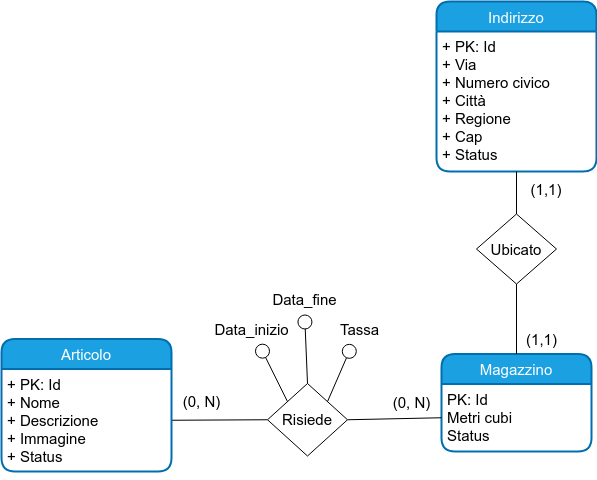
EndriDomiUni/E-commerce keeps this draw.io diagram as doc/magazzino_articolo.drawio/magazzino_articolo.png. Above is the earlier version. Source tidied: cells renumbered, new cells last; positions are measured from the earlier drawing's top-left corner, leaving out a move shared by most shapes.
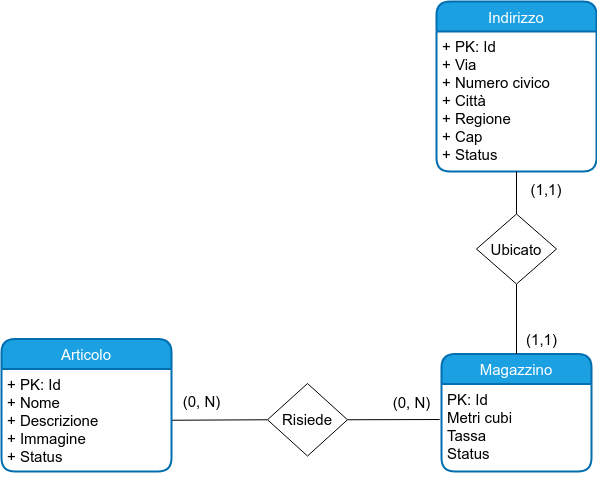
The same file after the commit.

The edit, as a diff of the source:
```diff
@@ -3,12 +3,12 @@
     <mxCell id="0" />
     <mxCell id="1" parent="0" />
     <mxCell id="2" value="Magazzino" style="swimlane;horizontal=1;startSize=30;rounded=1;fontSize=15;fontStyle=0;strokeWidth=2;shadow=0;dashed=0;align=center;fillColor=#1ba1e2;fontColor=#ffffff;strokeColor=#006EAF;" parent="1" vertex="1">
-      <mxGeometry x="440" y="352.5" width="150" height="97.5" as="geometry" />
+      <mxGeometry x="440" y="352.5" width="150" height="117.5" as="geometry" />
     </mxCell>
-    <mxCell id="3" value="PK: Id&#10;Metri cubi&#10;Status" style="align=left;strokeColor=none;fillColor=none;spacingLeft=4;fontSize=15;verticalAlign=top;" parent="2" vertex="1">
-      <mxGeometry y="30" width="150" height="67.5" as="geometry" />
+    <mxCell id="3" value="PK: Id&#10;Metri cubi&#10;Tassa&#10;Status" style="align=left;strokeColor=none;fillColor=none;spacingLeft=4;fontSize=15;verticalAlign=top;" parent="2" vertex="1">
+      <mxGeometry y="30" width="150" height="87.5" as="geometry" />
     </mxCell>
-    <mxCell id="4" style="edgeStyle=none;html=1;exitX=1;exitY=0.5;exitDx=0;exitDy=0;entryX=0;entryY=0.5;entryDx=0;entryDy=0;startArrow=none;startFill=0;endArrow=none;endFill=0;fontSize=15;" parent="1" edge="1" source="6" target="3">
+    <mxCell id="4" style="edgeStyle=none;html=1;exitX=1;exitY=0.5;exitDx=0;exitDy=0;entryX=-0.012;entryY=0.406;entryDx=0;entryDy=0;startArrow=none;startFill=0;endArrow=none;endFill=0;fontSize=15;entryPerimeter=0;" parent="1" edge="1" source="6" target="3">
       <mxGeometry relative="1" as="geometry" />
     </mxCell>
     <mxCell id="5" style="edgeStyle=none;html=1;exitX=0;exitY=0.5;exitDx=0;exitDy=0;endArrow=none;endFill=0;entryX=1;entryY=0.5;entryDx=0;entryDy=0;fontSize=15;" parent="1" edge="1" source="6" target="18">
@@ -23,24 +23,6 @@
     <mxCell id="8" value="(0, N)" style="text;html=1;align=center;verticalAlign=middle;strokeColor=none;fillColor=none;fontSize=15;" parent="1" vertex="1">
       <mxGeometry x="170" y="385" width="60" height="30" as="geometry" />
     </mxCell>
-    <mxCell id="9" style="edgeStyle=none;html=1;endArrow=circle;endFill=0;exitX=0.5;exitY=0;exitDx=0;exitDy=0;fontSize=15;" parent="1" edge="1" source="6" target="12">
-      <mxGeometry relative="1" as="geometry" />
-    </mxCell>
-    <mxCell id="10" style="edgeStyle=none;html=1;endArrow=circle;endFill=0;exitX=0;exitY=0;exitDx=0;exitDy=0;fontSize=15;" parent="1" edge="1" source="6" target="11">
-      <mxGeometry relative="1" as="geometry" />
-    </mxCell>
-    <mxCell id="11" value="Data_inizio" style="text;html=1;align=center;verticalAlign=middle;points=[];strokeColor=none;fillColor=none;fontSize=15;" parent="1" vertex="1">
-      <mxGeometry x="200" y="312.5" width="100" height="30" as="geometry" />
-    </mxCell>
-    <mxCell id="12" value="Data_fine" style="text;html=1;align=center;verticalAlign=middle;points=[];strokeColor=none;fillColor=none;fontSize=15;" parent="1" vertex="1">
-      <mxGeometry x="257.5" y="282.5" width="90" height="30" as="geometry" />
-    </mxCell>
-    <mxCell id="13" style="edgeStyle=none;html=1;endArrow=circle;endFill=0;exitX=1;exitY=0;exitDx=0;exitDy=0;fontSize=15;" parent="1" edge="1" source="6" target="14">
-      <mxGeometry relative="1" as="geometry" />
-    </mxCell>
-    <mxCell id="14" value="Tassa" style="text;html=1;align=center;verticalAlign=middle;points=[];strokeColor=none;fillColor=none;fontSize=15;" parent="1" vertex="1">
-      <mxGeometry x="327.5" y="312.5" width="60" height="30" as="geometry" />
-    </mxCell>
     <mxCell id="15" value="Articolo" style="swimlane;horizontal=1;startSize=30;rounded=1;fontSize=15;fontStyle=0;strokeWidth=2;shadow=0;dashed=0;align=center;arcSize=15;fillColor=#1ba1e2;fontColor=#ffffff;strokeColor=#006EAF;" parent="1" vertex="1">
       <mxGeometry y="337.5" width="170" height="132.5" as="geometry" />
     </mxCell>
```
